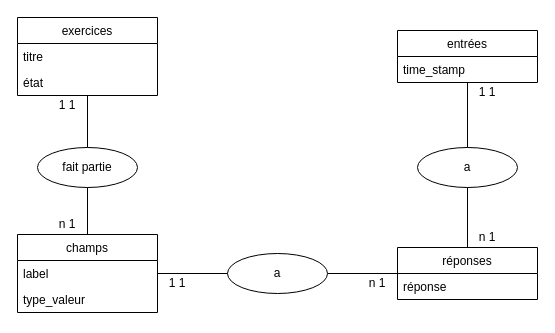
This is Doc/DB/MCD/MCD.drawio from SemicolonManifest/The_Looper, a draw.io file, before an edit. Source tidied: cells renumbered, new cells numbered last; positions are measured from the earlier drawing's top-left corner, leaving out a move shared by most shapes. Both pictures are drawn from the tidied source at 100%, with x=0, y=0 at pixel (17, 17).
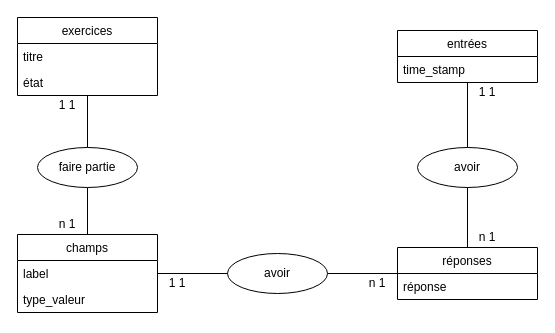
After the change.

Diff of the diagram source:
```diff
@@
-    <mxCell id="12" value="fait partie" style="ellipse;whiteSpace=wrap;html=1;" parent="1" vertex="1">
+    <mxCell id="12" value="faire partie" style="ellipse;whiteSpace=wrap;html=1;" parent="1" vertex="1">
       <mxGeometry x="20" y="130" width="100" height="40" as="geometry" />
     </mxCell>
-    <mxCell id="13" value="a" style="ellipse;whiteSpace=wrap;html=1;" parent="1" vertex="1">
+    <mxCell id="13" value="avoir" style="ellipse;whiteSpace=wrap;html=1;" parent="1" vertex="1">
       <mxGeometry x="400" y="130" width="100" height="40" as="geometry" />
     </mxCell>
-    <mxCell id="14" value="a" style="ellipse;whiteSpace=wrap;html=1;" parent="1" vertex="1">
+    <mxCell id="14" value="avoir" style="ellipse;whiteSpace=wrap;html=1;" parent="1" vertex="1">
       <mxGeometry x="210" y="236" width="100" height="40" as="geometry" />
     </mxCell>
```
